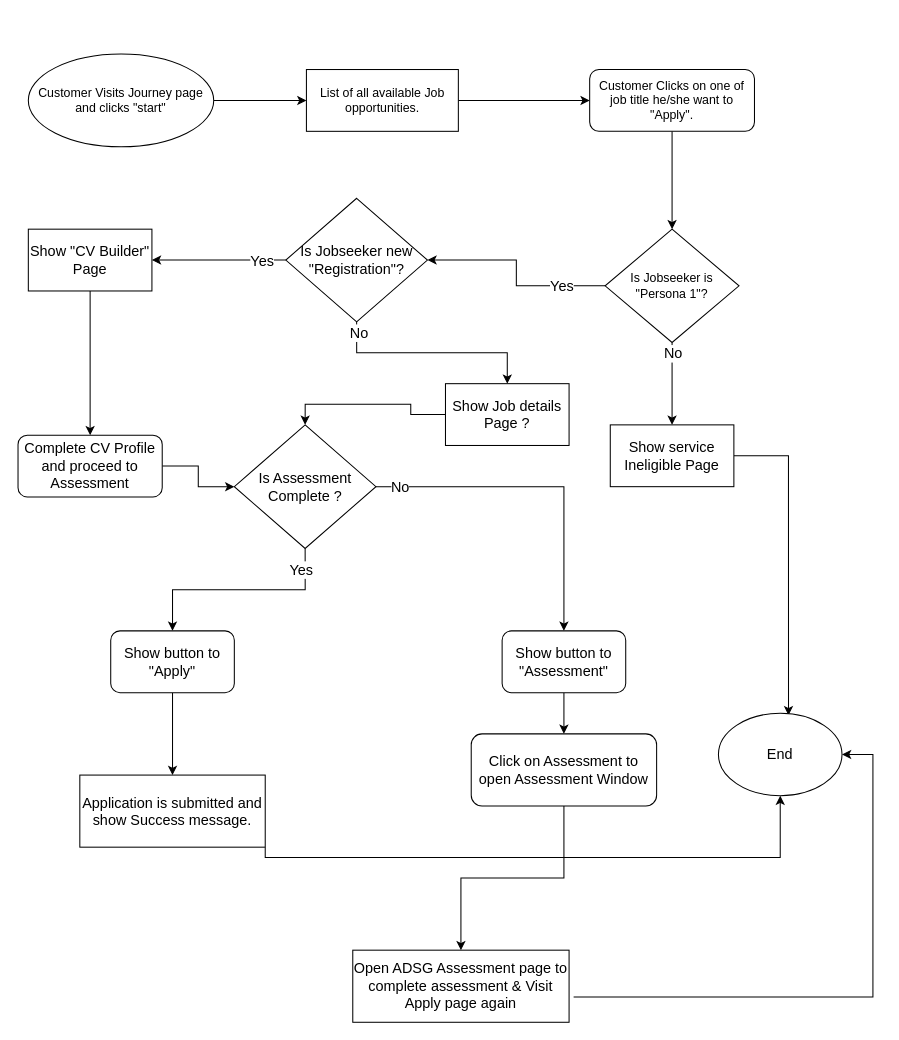
The draw.io diagram page "All Persona" (1 of 3) of Apply_For_Job_Vacancy.drawio in Adityacs001/snippet, before the edit. Source tidied: cells renumbered, new cells numbered last; positions are measured from the earlier drawing's top-left corner, leaving out a move shared by most shapes. Both pictures are drawn from the tidied source at 103%, with x=0, y=0 at pixel (18, 54).
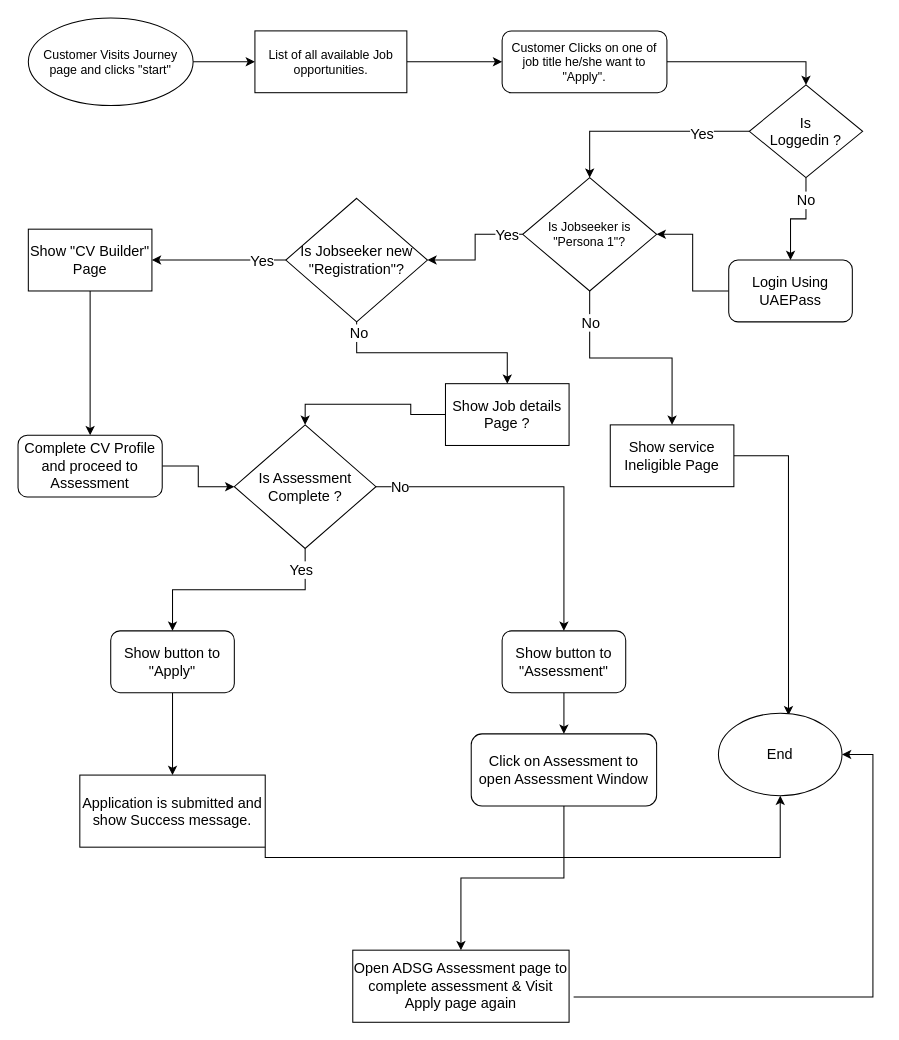
Above is the later version.

The change refers to these unchanged cells:
```xml
<mxCell id="10" style="edgeStyle=orthogonalEdgeStyle;rounded=0;jettySize=auto;html=1;fontSize=14;" parent="1" edge="1" source="12" target="32">
  <mxGeometry relative="1" as="geometry" />
</mxCell>
```

The edit, as a diff of the source:
```diff
@@
     <mxCell id="3" value="Customer Visits Journey page and clicks &quot;start&quot;" style="ellipse;whiteSpace=wrap;html=1;" parent="1" vertex="1">
-      <mxGeometry x="10" width="180" height="90" as="geometry" />
+      <mxGeometry x="10" y="-35" width="160" height="85" as="geometry" />
     </mxCell>
@@
     <mxCell id="5" value="List of all available Job opportunities." style="rounded=0;whiteSpace=wrap;html=1;" parent="1" vertex="1">
-      <mxGeometry x="280" y="15" width="147.5" height="60" as="geometry" />
+      <mxGeometry x="230" y="-22.5" width="147.5" height="60" as="geometry" />
     </mxCell>
-    <mxCell id="6" style="edgeStyle=orthogonalEdgeStyle;rounded=0;jettySize=auto;html=1;fontSize=14;" parent="1" edge="1" source="7" target="12">
-      <mxGeometry relative="1" as="geometry" />
-    </mxCell>
+    <mxCell id="42" style="edgeStyle=orthogonalEdgeStyle;rounded=0;jettySize=auto;html=1;fontSize=14;entryX=0.5;entryY=0;entryDx=0;entryDy=0;" parent="1" edge="1" source="7" target="46">
+      <mxGeometry relative="1" as="geometry" />
+    </mxCell>
     <mxCell id="7" value="Customer Clicks on one of job title he/she want to &quot;Apply&quot;." style="rounded=1;whiteSpace=wrap;html=1;" parent="1" vertex="1">
-      <mxGeometry x="555" y="15" width="160" height="60" as="geometry" />
+      <mxGeometry x="470" y="-22.5" width="160" height="60" as="geometry" />
     </mxCell>
@@
     <mxCell id="11" value="No" style="edgeLabel;html=1;align=center;verticalAlign=middle;fontSize=14;" parent="10" vertex="1">
       <mxGeometry x="-0.27" y="1" relative="1" as="geometry">
-        <mxPoint x="-1" y="-19" as="offset" />
+        <mxPoint x="-12" y="-34" as="offset" />
       </mxGeometry>
     </mxCell>
     <mxCell id="12" value="Is Jobseeker is &lt;br&gt;&quot;Persona 1&quot;?" style="rhombus;whiteSpace=wrap;html=1;" parent="1" vertex="1">
-      <mxGeometry x="570" y="170" width="130" height="110" as="geometry" />
+      <mxGeometry x="490" y="120" width="130" height="110" as="geometry" />
     </mxCell>
@@
+    <mxCell id="43" value="No" style="edgeStyle=orthogonalEdgeStyle;rounded=0;jettySize=auto;html=1;entryX=0.5;entryY=0;entryDx=0;entryDy=0;fontSize=14;" parent="1" edge="1" source="46" target="48">
+      <mxGeometry x="-0.53" relative="1" as="geometry" />
+    </mxCell>
+    <mxCell id="44" style="edgeStyle=orthogonalEdgeStyle;rounded=0;jettySize=auto;html=1;entryX=0.5;entryY=0;entryDx=0;entryDy=0;fontSize=14;" parent="1" edge="1" source="46" target="12">
+      <mxGeometry relative="1" as="geometry" />
+    </mxCell>
+    <mxCell id="45" value="Yes" style="edgeLabel;html=1;align=center;verticalAlign=middle;fontSize=14;" parent="44" vertex="1">
+      <mxGeometry x="-0.53" y="2" relative="1" as="geometry" />
+    </mxCell>
+    <mxCell id="46" value="Is &lt;br&gt;Loggedin ?" style="rhombus;whiteSpace=wrap;html=1;fontSize=14;" parent="1" vertex="1">
+      <mxGeometry x="710" y="30" width="110" height="90" as="geometry" />
+    </mxCell>
+    <mxCell id="47" style="edgeStyle=orthogonalEdgeStyle;rounded=0;jettySize=auto;html=1;fontSize=14;" parent="1" edge="1" source="48" target="12">
+      <mxGeometry relative="1" as="geometry" />
+    </mxCell>
+    <mxCell id="48" value="Login Using UAEPass" style="rounded=1;whiteSpace=wrap;html=1;fontSize=14;" parent="1" vertex="1">
+      <mxGeometry x="690" y="200" width="120" height="60" as="geometry" />
+    </mxCell>
```
